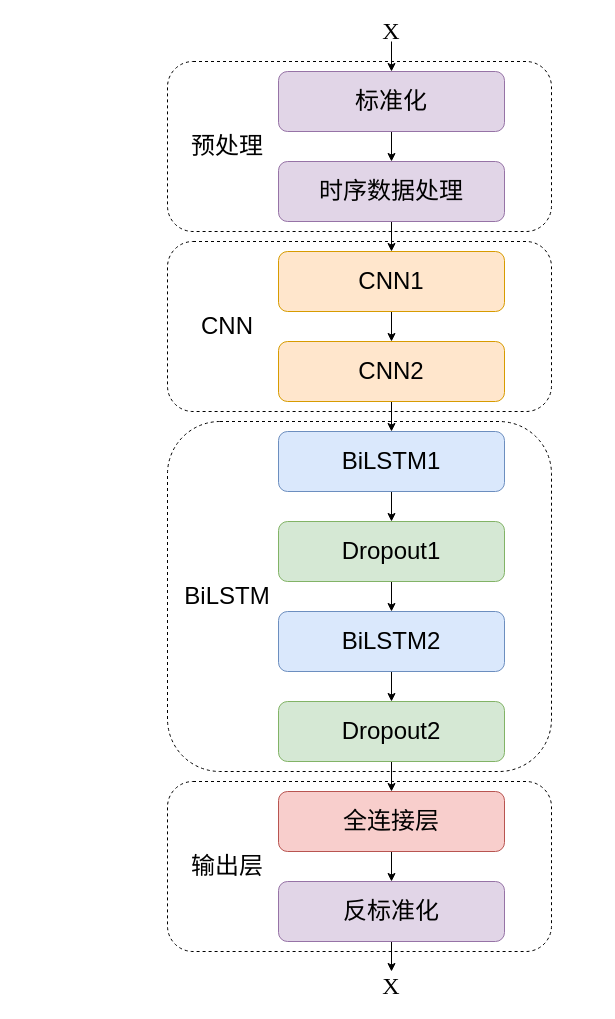
Before: output/未命名绘图.drawio in yagaoyg/BIKE-prediction, a draw.io diagram. Source tidied: cells renumbered, new cells numbered last; positions are measured from the earlier drawing's top-left corner, leaving out a move shared by most shapes. Both pictures are drawn from the tidied source at 100%, with x=0, y=0 at pixel (167, 21).
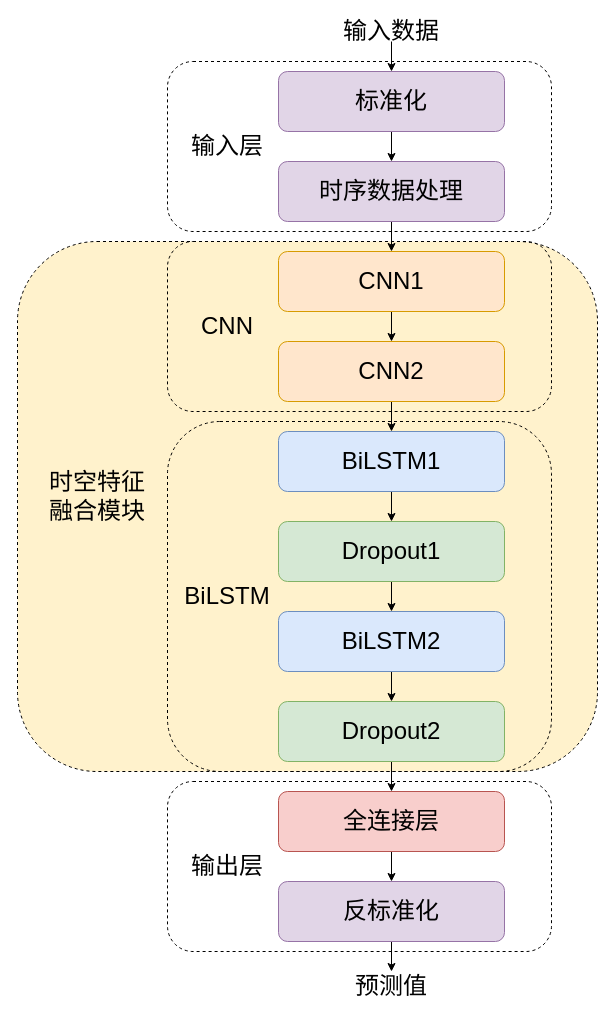
The same page after the edit.

Commit message:
更新未命名绘图.drawio

Change to the diagram source:
```diff
@@
+    <mxCell id="33" style="rounded=1;whiteSpace=wrap;html=1;fillColor=#FFF2CC;dashed=1;fillStyle=auto;" parent="1" vertex="1">
+      <mxGeometry x="-150" y="220" width="580" height="530" as="geometry" />
+    </mxCell>
@@
-    <mxCell id="25" value="&lt;font face=&quot;Times New Roman&quot; style=&quot;font-size: 24px;&quot;&gt;X&lt;/font&gt;" style="text;html=1;align=center;verticalAlign=middle;whiteSpace=wrap;rounded=0;" parent="1" vertex="1">
-      <mxGeometry x="194" width="60" height="20" as="geometry" />
+    <mxCell id="25" value="&lt;font face=&quot;Times New Roman&quot; style=&quot;font-size: 24px;&quot;&gt;输入数据&lt;/font&gt;" style="text;html=1;align=center;verticalAlign=middle;whiteSpace=wrap;rounded=0;" parent="1" vertex="1">
+      <mxGeometry x="166" width="116" height="20" as="geometry" />
     </mxCell>
-    <mxCell id="26" value="&lt;font face=&quot;Times New Roman&quot; style=&quot;font-size: 24px;&quot;&gt;X&lt;/font&gt;" style="text;html=1;align=center;verticalAlign=middle;whiteSpace=wrap;rounded=0;" parent="1" vertex="1">
-      <mxGeometry x="194" y="950" width="60" height="30" as="geometry" />
+    <mxCell id="26" value="&lt;font face=&quot;Times New Roman&quot; style=&quot;font-size: 24px;&quot;&gt;预测值&lt;/font&gt;" style="text;html=1;align=center;verticalAlign=middle;whiteSpace=wrap;rounded=0;" parent="1" vertex="1">
+      <mxGeometry x="181" y="950" width="86" height="30" as="geometry" />
     </mxCell>
-    <mxCell id="27" value="&lt;font style=&quot;font-size: 24px;&quot;&gt;预处理&lt;/font&gt;" style="text;html=1;align=center;verticalAlign=middle;whiteSpace=wrap;rounded=0;" parent="1" vertex="1">
+    <mxCell id="27" value="&lt;font style=&quot;font-size: 24px;&quot;&gt;输入层&lt;/font&gt;" style="text;html=1;align=center;verticalAlign=middle;whiteSpace=wrap;rounded=0;" parent="1" vertex="1">
       <mxGeometry y="110" width="120" height="30" as="geometry" />
     </mxCell>
@@
+    <mxCell id="34" value="&lt;font style=&quot;font-size: 24px;&quot;&gt;时空特征融合模块&lt;/font&gt;" style="text;html=1;align=center;verticalAlign=middle;whiteSpace=wrap;rounded=0;" parent="1" vertex="1">
+      <mxGeometry x="-130" y="460" width="120" height="30" as="geometry" />
+    </mxCell>
```
